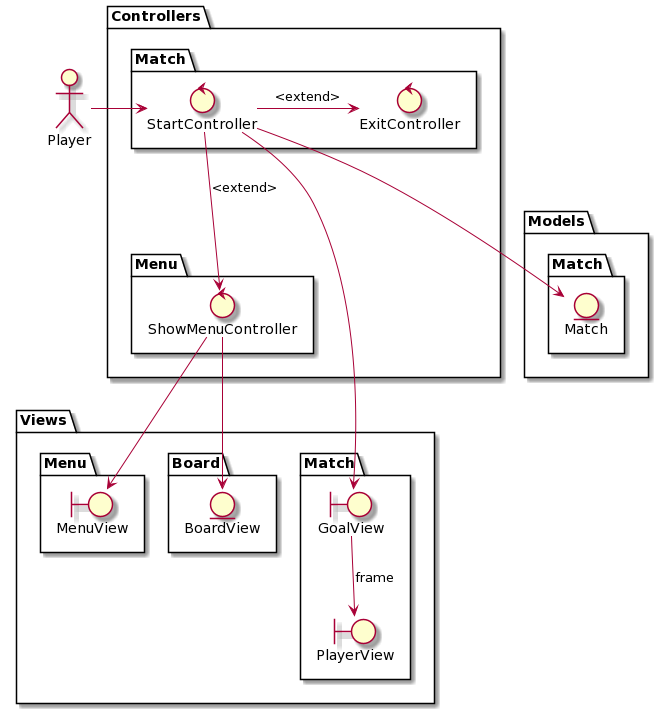
This is rup/analysis/use_cases/start.png from USantaTecla-game-backgammon/backgammon, a PlantUML export, as it was before one commit. The source it was exported from:
```plantuml
@startuml
actor Player2 as "Player"

package Views {
    package Match3 as "Match"{
        boundary GoalView
        boundary PlayerView
    }
    package Menu2 as "Menu"{
        boundary MenuView
    }
    package Board{
        entity BoardView
    }
}

package Models {
    package Match4 as "Match"{
        entity Match
    }
}

package Controllers {
    package Menu {
        control ShowMenuController
    }

    package Match2 as "Match" {
        control ExitController
        control StartController
    }
}

Player2 -right-> StartController
StartController -right-> ExitController: <extend>
StartController -down-> ShowMenuController: <extend>
StartController --> GoalView
GoalView --> PlayerView: frame
StartController --> Match
ShowMenuController --> BoardView
ShowMenuController --> MenuView
@enduml
```
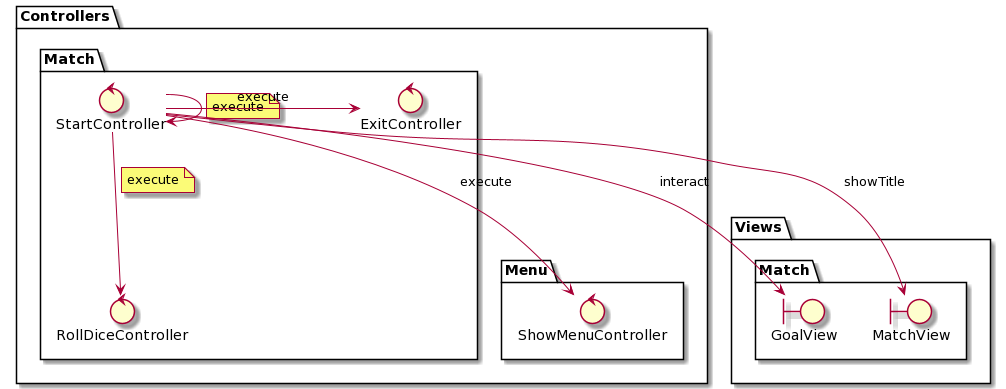
The same file after the commit.

Commit message:
Update start and move_piece made in master class

What changed in the source:
```diff
@@ -1,22 +1,8 @@
 @startuml
-actor Player2 as "Player"
-
 package Views {
     package Match3 as "Match"{
         boundary GoalView
-        boundary PlayerView
-    }
-    package Menu2 as "Menu"{
-        boundary MenuView
-    }
-    package Board{
-        entity BoardView
-    }
-}
-
-package Models {
-    package Match4 as "Match"{
-        entity Match
+        boundary MatchView
     }
 }
 
@@ -28,15 +14,20 @@
     package Match2 as "Match" {
         control ExitController
         control StartController
+        control RollDiceController
     }
 }
 
-Player2 -right-> StartController
-StartController -right-> ExitController: <extend>
-StartController -down-> ShowMenuController: <extend>
-StartController --> GoalView
-GoalView --> PlayerView: frame
-StartController --> Match
-ShowMenuController --> BoardView
-ShowMenuController --> MenuView
+StartController --> RollDiceController
+note on link
+    execute
+end note
+StartController --> StartController
+note on link
+    execute
+end note
+StartController -right-> ExitController: execute
+StartController -down-> ShowMenuController: execute
+StartController --> GoalView : interact
+StartController --> MatchView : showTitle
 @enduml
```
